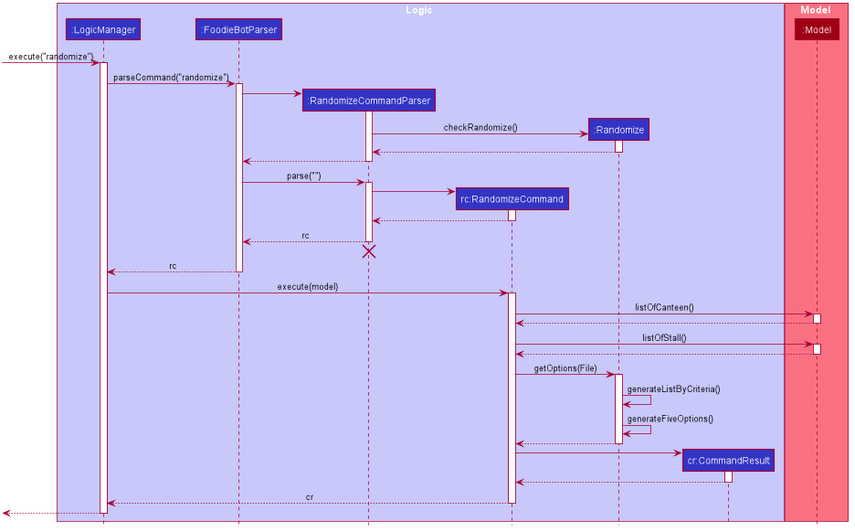
The PlantUML diagram docs/images/RandomizeSequenceDiagram.png in nus-cs2103-AY1920S2/addressbook-level3, before a commit.
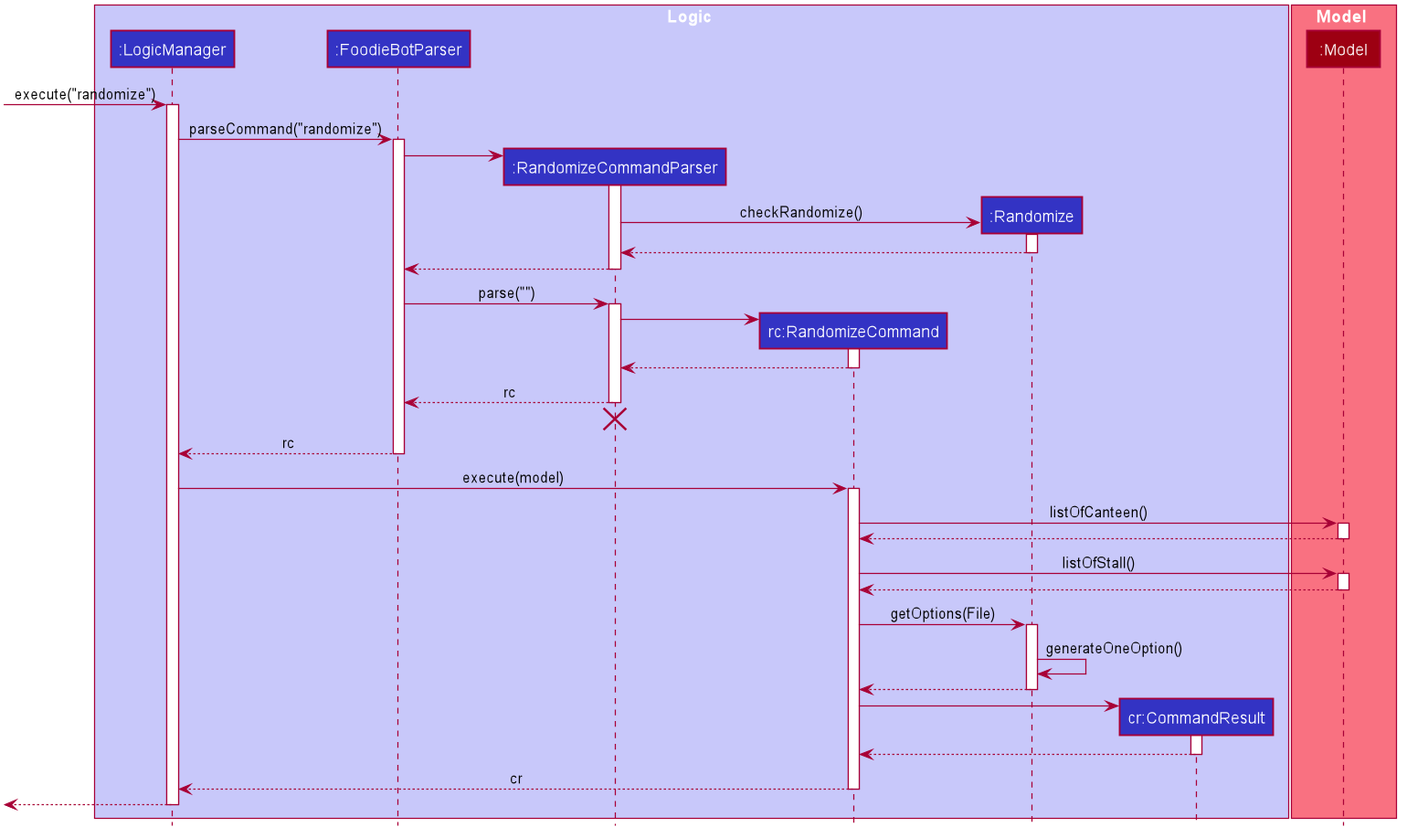
After the commit.

Diff of the diagram source:
```diff
@@ -117,9 +117,7 @@
 RandomizeCommand -> Randomize : getOptions(File)
 activate Randomize
 
-Randomize -> Randomize : generateListByCriteria()
-
-Randomize -> Randomize : generateFiveOptions()
+Randomize -> Randomize : generateOneOption()
 
 Randomize --> RandomizeCommand
 deactivate Randomize
```
